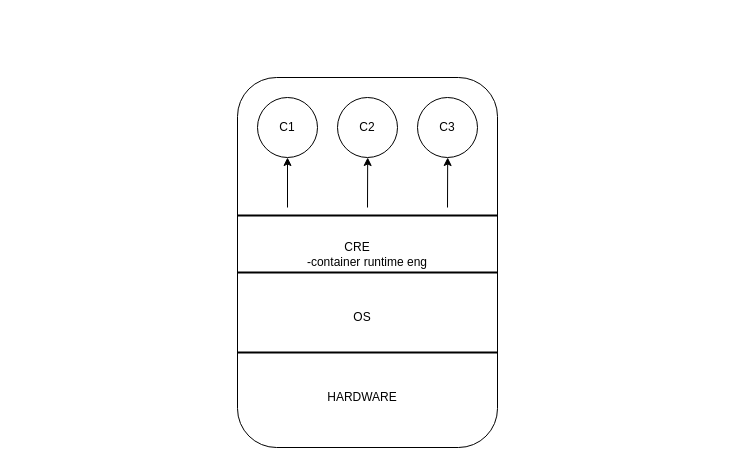
Above: kubernet@five.drawio in ashisnishanka/kubernet (draw.io), before the change. Source tidied: cells renumbered, new cells numbered last; positions are measured from the earlier drawing's top-left corner, leaving out a move shared by most shapes. Both pictures are drawn from the tidied source at 100%, with x=0, y=0 at pixel (237, 77).
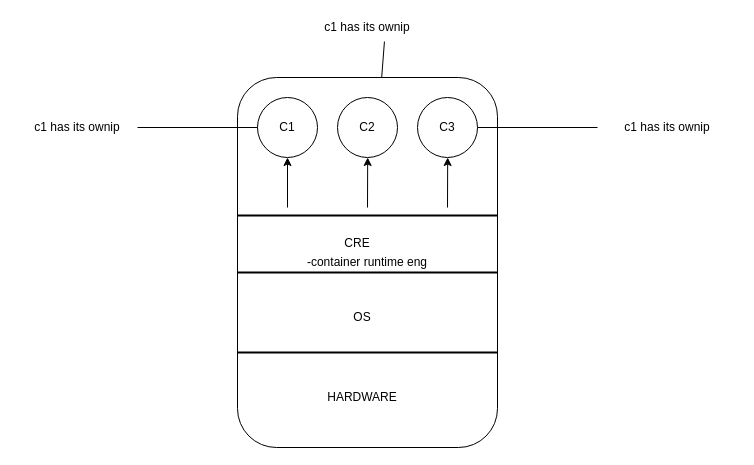
The same page after the edit.

Unchanged cells that the change refers to:
```xml
<mxCell id="2" value="-container runtime eng" style="rounded=1;whiteSpace=wrap;html=1;" parent="1" vertex="1">
  <mxGeometry width="260" height="370" as="geometry" />
</mxCell>
<mxCell id="7" value="C1" style="ellipse;whiteSpace=wrap;html=1;" parent="1" vertex="1">
  <mxGeometry x="20" y="20" width="60" height="60" as="geometry" />
</mxCell>
<mxCell id="9" value="C3" style="ellipse;whiteSpace=wrap;html=1;" parent="1" vertex="1">
  <mxGeometry x="180" y="20" width="60" height="60" as="geometry" />
</mxCell>
```

Diff of the diagram source:
```diff
@@
     <mxCell id="14" value="CRE" style="text;html=1;strokeColor=none;fillColor=none;align=center;verticalAlign=middle;whiteSpace=wrap;rounded=0;" parent="1" vertex="1">
-      <mxGeometry x="100" y="160" width="40" height="20" as="geometry" />
+      <mxGeometry x="100" y="156" width="40" height="20" as="geometry" />
     </mxCell>
+    <mxCell id="15" style="endArrow=none;html=1;entryX=0;entryY=0.5;entryDx=0;entryDy=0;" parent="1" edge="1" source="16" target="7">
+      <mxGeometry relative="1" as="geometry" />
+    </mxCell>
+    <mxCell id="16" value="c1 has its ownip" style="text;html=1;strokeColor=none;fillColor=none;align=center;verticalAlign=middle;whiteSpace=wrap;rounded=0;" parent="1" vertex="1">
+      <mxGeometry x="-220" y="40" width="120" height="20" as="geometry" />
+    </mxCell>
+    <mxCell id="17" value="c1 has its ownip" style="text;html=1;strokeColor=none;fillColor=none;align=center;verticalAlign=middle;whiteSpace=wrap;rounded=0;" parent="1" vertex="1">
+      <mxGeometry x="60" y="-60" width="140" height="20" as="geometry" />
+    </mxCell>
+    <mxCell id="18" value="c1 has its ownip" style="text;html=1;strokeColor=none;fillColor=none;align=center;verticalAlign=middle;whiteSpace=wrap;rounded=0;" parent="1" vertex="1">
+      <mxGeometry x="360" y="40" width="140" height="20" as="geometry" />
+    </mxCell>
+    <mxCell id="19" style="endArrow=none;html=1;exitX=1;exitY=0.5;exitDx=0;exitDy=0;" parent="1" edge="1" source="9" target="18">
+      <mxGeometry relative="1" as="geometry" />
+    </mxCell>
+    <mxCell id="20" style="endArrow=none;html=1;entryX=0.621;entryY=1.2;entryDx=0;entryDy=0;entryPerimeter=0;" parent="1" edge="1" source="2" target="17">
+      <mxGeometry relative="1" as="geometry" />
+    </mxCell>
```
